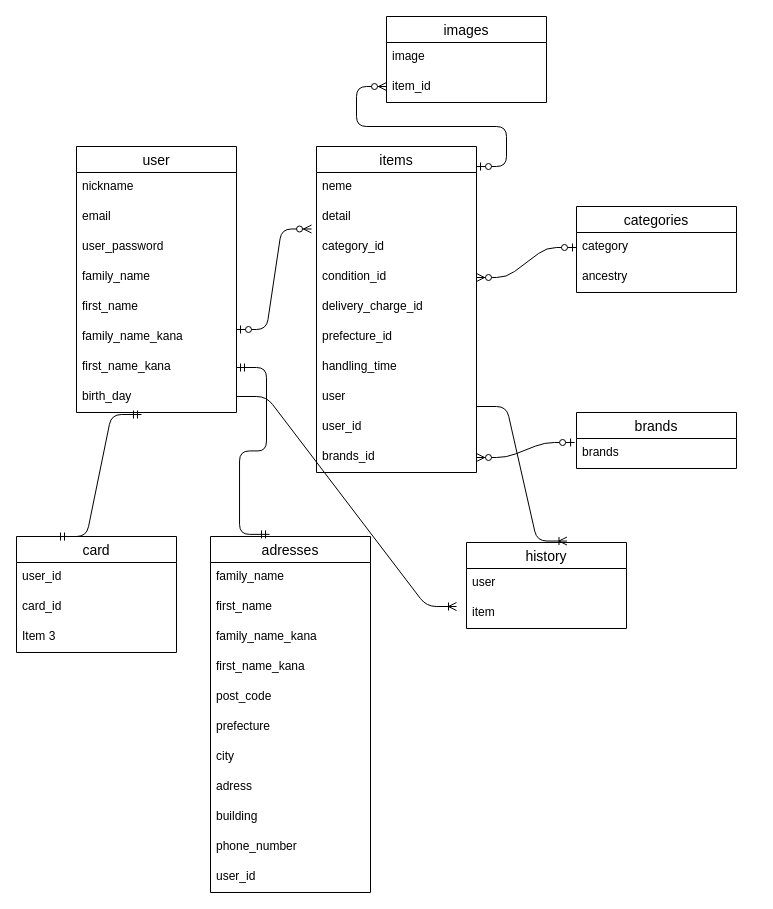
Earlier version of the draw.io diagram ER.dio (miyo0000/furima-38917). Source tidied: cells renumbered, new cells numbered last; positions are measured from the earlier drawing's top-left corner, leaving out a move shared by most shapes. Both pictures are drawn from the tidied source at 100%, with x=0, y=0 at pixel (16, 16).
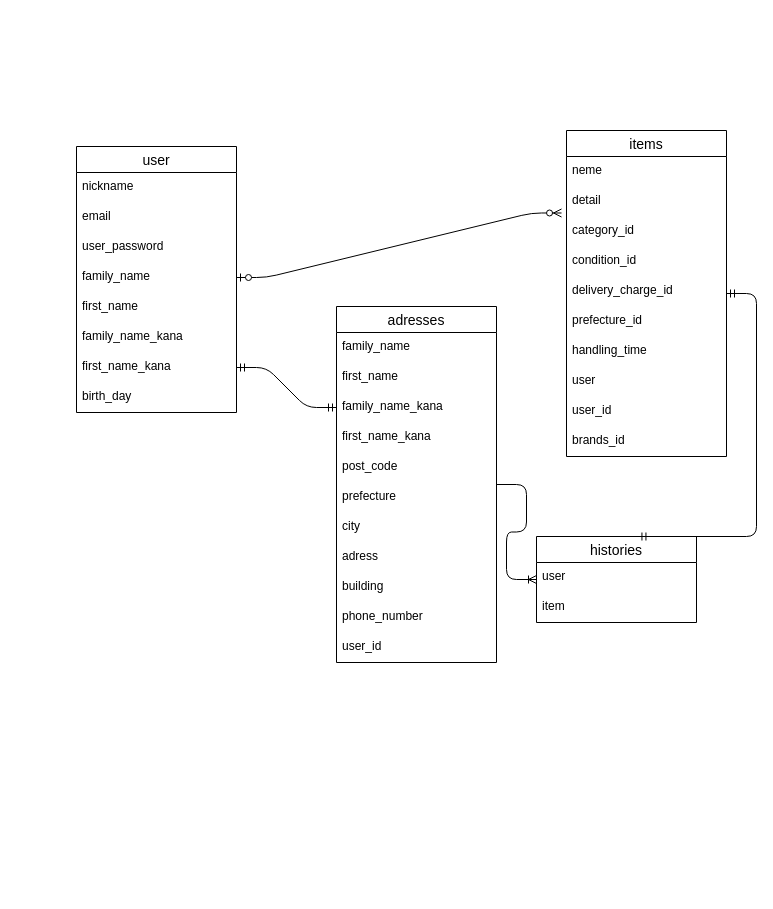
The same diagram, later.

Unchanged cells that the change refers to:
```xml
<mxCell id="6" value="family_name" style="text;strokeColor=none;fillColor=none;spacingLeft=4;spacingRight=4;overflow=hidden;points=[[0,0.5],[1,0.5]];portConstraint=eastwest;fontSize=12;" parent="2" vertex="1">
  <mxGeometry y="116" width="160" height="30" as="geometry" />
</mxCell>
<mxCell id="9" value="first_name_kana" style="text;strokeColor=none;fillColor=none;spacingLeft=4;spacingRight=4;overflow=hidden;points=[[0,0.5],[1,0.5]];portConstraint=eastwest;fontSize=12;" parent="2" vertex="1">
  <mxGeometry y="206" width="160" height="30" as="geometry" />
</mxCell>
<mxCell id="10" value="birth_day" style="text;strokeColor=none;fillColor=none;spacingLeft=4;spacingRight=4;overflow=hidden;points=[[0,0.5],[1,0.5]];portConstraint=eastwest;fontSize=12;" parent="2" vertex="1">
  <mxGeometry y="236" width="160" height="30" as="geometry" />
</mxCell>
<mxCell id="13" value="detail" style="text;strokeColor=none;fillColor=none;spacingLeft=4;spacingRight=4;overflow=hidden;points=[[0,0.5],[1,0.5]];portConstraint=eastwest;fontSize=12;" parent="11" vertex="1">
  <mxGeometry y="56" width="160" height="30" as="geometry" />
</mxCell>
<mxCell id="15" value="condition_id" style="text;strokeColor=none;fillColor=none;spacingLeft=4;spacingRight=4;overflow=hidden;points=[[0,0.5],[1,0.5]];portConstraint=eastwest;fontSize=12;" parent="11" vertex="1">
  <mxGeometry y="116" width="160" height="30" as="geometry" />
</mxCell>
<mxCell id="21" value="brands_id" style="text;strokeColor=none;fillColor=none;spacingLeft=4;spacingRight=4;overflow=hidden;points=[[0,0.5],[1,0.5]];portConstraint=eastwest;fontSize=12;" parent="11" vertex="1">
  <mxGeometry y="296" width="160" height="30" as="geometry" />
</mxCell>
<mxCell id="37" value="family_name_kana" style="text;strokeColor=none;fillColor=none;spacingLeft=4;spacingRight=4;overflow=hidden;points=[[0,0.5],[1,0.5]];portConstraint=eastwest;fontSize=12;" parent="34" vertex="1">
  <mxGeometry y="86" width="160" height="30" as="geometry" />
</mxCell>
```

What changed in the source:
```diff
@@
     <mxCell id="11" value="items" style="swimlane;fontStyle=0;horizontal=1;startSize=26;align=center;fontSize=14;" parent="1" vertex="1">
-      <mxGeometry x="300" y="130" width="160" height="326" as="geometry" />
+      <mxGeometry x="550" y="114" width="160" height="326" as="geometry" />
     </mxCell>
@@
-    <mxCell id="22" value="card" style="swimlane;fontStyle=0;horizontal=1;startSize=26;align=center;fontSize=14;" parent="1" vertex="1">
-      <mxGeometry y="520" width="160" height="116" as="geometry" />
-    </mxCell>
-    <mxCell id="23" value="user_id" style="text;strokeColor=none;fillColor=none;spacingLeft=4;spacingRight=4;overflow=hidden;fontSize=12;" parent="22" vertex="1">
-      <mxGeometry y="26" width="160" height="30" as="geometry" />
-    </mxCell>
-    <mxCell id="24" value="card_id" style="text;strokeColor=none;fillColor=none;spacingLeft=4;spacingRight=4;overflow=hidden;fontSize=12;" parent="22" vertex="1">
-      <mxGeometry y="56" width="160" height="30" as="geometry" />
-    </mxCell>
-    <mxCell id="25" value="Item 3" style="text;strokeColor=none;fillColor=none;spacingLeft=4;spacingRight=4;overflow=hidden;fontSize=12;" parent="22" vertex="1">
-      <mxGeometry y="86" width="160" height="30" as="geometry" />
-    </mxCell>
-    <mxCell id="26" value="images" style="swimlane;fontStyle=0;horizontal=1;startSize=26;align=center;fontSize=14;" parent="1" vertex="1">
-      <mxGeometry x="370" width="160" height="86" as="geometry" />
-    </mxCell>
-    <mxCell id="27" value="image" style="text;strokeColor=none;fillColor=none;spacingLeft=4;spacingRight=4;overflow=hidden;fontSize=12;" parent="26" vertex="1">
-      <mxGeometry y="26" width="160" height="30" as="geometry" />
-    </mxCell>
-    <mxCell id="28" value="item_id" style="text;strokeColor=none;fillColor=none;spacingLeft=4;spacingRight=4;overflow=hidden;fontSize=12;" parent="26" vertex="1">
-      <mxGeometry y="56" width="160" height="30" as="geometry" />
-    </mxCell>
-    <mxCell id="29" value="categories" style="swimlane;fontStyle=0;horizontal=1;startSize=26;align=center;fontSize=14;" parent="1" vertex="1">
-      <mxGeometry x="560" y="190" width="160" height="86" as="geometry" />
-    </mxCell>
-    <mxCell id="30" value="category" style="text;strokeColor=none;fillColor=none;spacingLeft=4;spacingRight=4;overflow=hidden;points=[[0,0.5],[1,0.5]];portConstraint=eastwest;fontSize=12;" parent="29" vertex="1">
-      <mxGeometry y="26" width="160" height="30" as="geometry" />
-    </mxCell>
-    <mxCell id="31" value="ancestry" style="text;strokeColor=none;fillColor=none;spacingLeft=4;spacingRight=4;overflow=hidden;fontSize=12;" parent="29" vertex="1">
-      <mxGeometry y="56" width="160" height="30" as="geometry" />
-    </mxCell>
-    <mxCell id="32" value="brands" style="swimlane;fontStyle=0;horizontal=1;startSize=26;align=center;fontSize=14;" parent="1" vertex="1">
-      <mxGeometry x="560" y="396" width="160" height="56" as="geometry" />
-    </mxCell>
-    <mxCell id="33" value="brands" style="text;strokeColor=none;fillColor=none;spacingLeft=4;spacingRight=4;overflow=hidden;points=[[0,0.5],[1,0.5]];portConstraint=eastwest;fontSize=12;" parent="32" vertex="1">
-      <mxGeometry y="26" width="160" height="30" as="geometry" />
-    </mxCell>
+    <mxCell id="46" style="edgeStyle=entityRelationEdgeStyle;fontSize=12;html=1;endArrow=ERzeroToMany;startArrow=ERzeroToOne;entryX=-0.031;entryY=0.883;entryDx=0;entryDy=0;entryPerimeter=0;exitX=1;exitY=0.5;exitDx=0;exitDy=0;" parent="1" edge="1" source="6" target="13">
+      <mxGeometry relative="1" as="geometry" />
+    </mxCell>
+    <mxCell id="51" style="edgeStyle=entityRelationEdgeStyle;fontSize=12;html=1;endArrow=ERmandOne;startArrow=ERmandOne;exitX=0;exitY=0.5;exitDx=0;exitDy=0;entryX=1;entryY=0.5;entryDx=0;entryDy=0;" parent="1" edge="1" source="37" target="9">
+      <mxGeometry relative="1" as="geometry" />
+    </mxCell>
+    <mxCell id="52" value="histories" style="swimlane;fontStyle=0;horizontal=1;startSize=26;align=center;fontSize=14;" parent="1" vertex="1">
+      <mxGeometry x="520" y="520" width="160" height="86" as="geometry" />
+    </mxCell>
+    <mxCell id="53" value="user" style="text;strokeColor=none;fillColor=none;spacingLeft=4;spacingRight=4;overflow=hidden;fontSize=12;" parent="52" vertex="1">
+      <mxGeometry y="26" width="160" height="30" as="geometry" />
+    </mxCell>
+    <mxCell id="54" value="item" style="text;strokeColor=none;fillColor=none;spacingLeft=4;spacingRight=4;overflow=hidden;fontSize=12;" parent="52" vertex="1">
+      <mxGeometry y="56" width="160" height="30" as="geometry" />
+    </mxCell>
+    <mxCell id="55" style="edgeStyle=entityRelationEdgeStyle;fontSize=12;html=1;endArrow=ERoneToMany;startArrow=none;" parent="1" edge="1" source="34" target="52">
+      <mxGeometry relative="1" as="geometry" />
+    </mxCell>
+    <mxCell id="57" style="edgeStyle=entityRelationEdgeStyle;fontSize=12;html=1;endArrow=ERmandOne;startArrow=ERmandOne;entryX=0.634;entryY=0;entryDx=0;entryDy=0;entryPerimeter=0;" parent="1" edge="1" source="11" target="52">
+      <mxGeometry relative="1" as="geometry" />
+    </mxCell>
     <mxCell id="34" value="adresses" style="swimlane;fontStyle=0;horizontal=1;startSize=26;align=center;fontSize=14;" parent="1" vertex="1">
-      <mxGeometry x="194" y="520" width="160" height="356" as="geometry" />
+      <mxGeometry x="320" y="290" width="160" height="356" as="geometry" />
     </mxCell>
@@
-    <mxCell id="46" style="edgeStyle=entityRelationEdgeStyle;fontSize=12;html=1;endArrow=ERzeroToMany;startArrow=ERzeroToOne;entryX=-0.031;entryY=0.883;entryDx=0;entryDy=0;entryPerimeter=0;" parent="1" edge="1" target="13">
-      <mxGeometry relative="1" as="geometry">
-        <mxPoint x="220" y="313" as="sourcePoint" />
-      </mxGeometry>
-    </mxCell>
-    <mxCell id="47" style="edgeStyle=entityRelationEdgeStyle;fontSize=12;html=1;endArrow=ERzeroToMany;startArrow=ERzeroToOne;" parent="1" edge="1">
-      <mxGeometry relative="1" as="geometry">
-        <mxPoint x="460" y="150" as="sourcePoint" />
-        <mxPoint x="370" y="70" as="targetPoint" />
-      </mxGeometry>
-    </mxCell>
-    <mxCell id="48" style="edgeStyle=entityRelationEdgeStyle;fontSize=12;html=1;endArrow=ERzeroToMany;startArrow=ERzeroToOne;exitX=0;exitY=0.5;exitDx=0;exitDy=0;" parent="1" edge="1" source="30" target="15">
-      <mxGeometry relative="1" as="geometry" />
-    </mxCell>
-    <mxCell id="49" style="edgeStyle=entityRelationEdgeStyle;fontSize=12;html=1;endArrow=ERzeroToMany;startArrow=ERzeroToOne;exitX=-0.012;exitY=0.133;exitDx=0;exitDy=0;entryX=1;entryY=0.5;entryDx=0;entryDy=0;exitPerimeter=0;" parent="1" edge="1" source="33" target="21">
-      <mxGeometry relative="1" as="geometry" />
-    </mxCell>
-    <mxCell id="50" style="edgeStyle=entityRelationEdgeStyle;fontSize=12;html=1;endArrow=ERmandOne;startArrow=ERmandOne;exitX=0.25;exitY=0;exitDx=0;exitDy=0;entryX=0.406;entryY=1.067;entryDx=0;entryDy=0;entryPerimeter=0;" parent="1" edge="1" source="22" target="10">
-      <mxGeometry relative="1" as="geometry" />
-    </mxCell>
-    <mxCell id="51" style="edgeStyle=entityRelationEdgeStyle;fontSize=12;html=1;endArrow=ERmandOne;startArrow=ERmandOne;exitX=0.369;exitY=-0.006;exitDx=0;exitDy=0;exitPerimeter=0;entryX=1;entryY=0.5;entryDx=0;entryDy=0;" parent="1" edge="1" source="34" target="9">
-      <mxGeometry relative="1" as="geometry" />
-    </mxCell>
-    <mxCell id="52" value="history" style="swimlane;fontStyle=0;horizontal=1;startSize=26;align=center;fontSize=14;" parent="1" vertex="1">
-      <mxGeometry x="450" y="526" width="160" height="86" as="geometry" />
-    </mxCell>
-    <mxCell id="53" value="user" style="text;strokeColor=none;fillColor=none;spacingLeft=4;spacingRight=4;overflow=hidden;fontSize=12;" parent="52" vertex="1">
-      <mxGeometry y="26" width="160" height="30" as="geometry" />
-    </mxCell>
-    <mxCell id="54" value="item" style="text;strokeColor=none;fillColor=none;spacingLeft=4;spacingRight=4;overflow=hidden;fontSize=12;" parent="52" vertex="1">
-      <mxGeometry y="56" width="160" height="30" as="geometry" />
-    </mxCell>
-    <mxCell id="55" style="edgeStyle=entityRelationEdgeStyle;fontSize=12;html=1;endArrow=ERoneToMany;" parent="1" edge="1">
-      <mxGeometry relative="1" as="geometry">
-        <mxPoint x="220" y="380" as="sourcePoint" />
-        <mxPoint x="440" y="590" as="targetPoint" />
-      </mxGeometry>
-    </mxCell>
-    <mxCell id="56" style="edgeStyle=entityRelationEdgeStyle;fontSize=12;html=1;endArrow=ERoneToMany;entryX=0.628;entryY=-0.017;entryDx=0;entryDy=0;entryPerimeter=0;" parent="1" edge="1" target="52">
-      <mxGeometry relative="1" as="geometry">
-        <mxPoint x="460" y="390" as="sourcePoint" />
-      </mxGeometry>
-    </mxCell>
```
